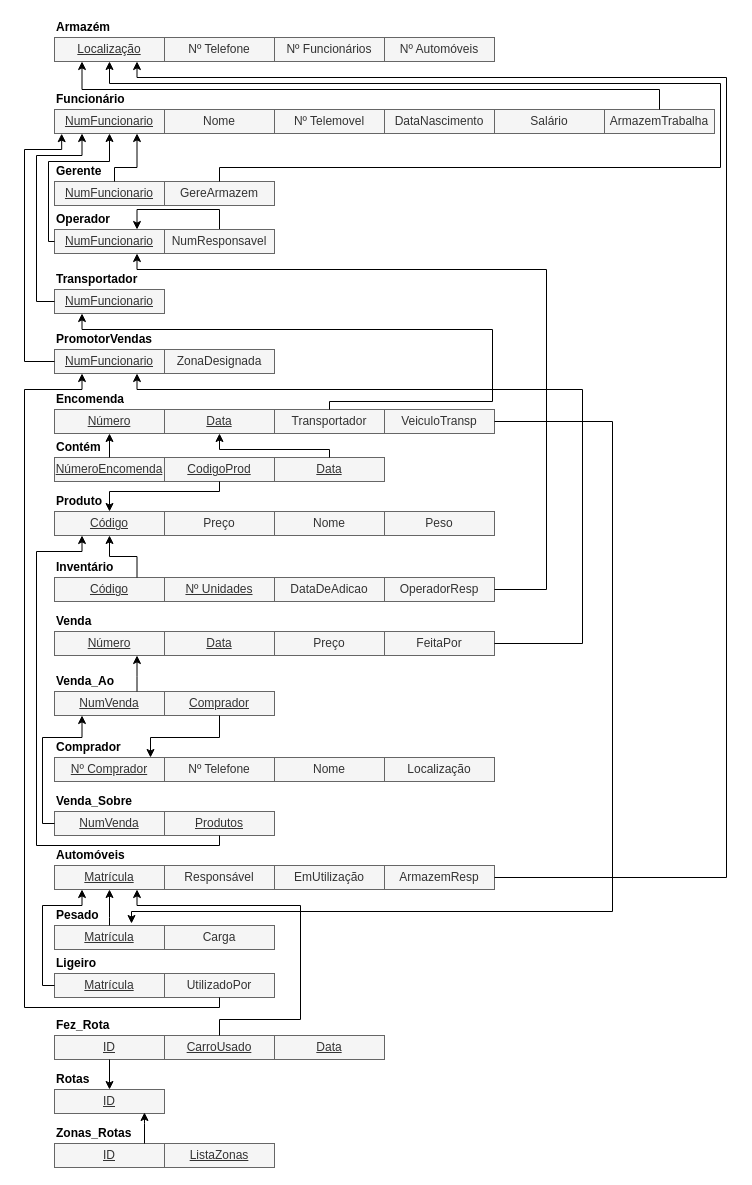
The draw.io diagram DER and REL/relational.drawio in dot-1q/bd-bebidis, before the edit. Source tidied: cells renumbered, new cells numbered last; positions are measured from the earlier drawing's top-left corner, leaving out a move shared by most shapes. Both pictures are drawn from the tidied source at 100%, with x=0, y=0 at pixel (24, 17).
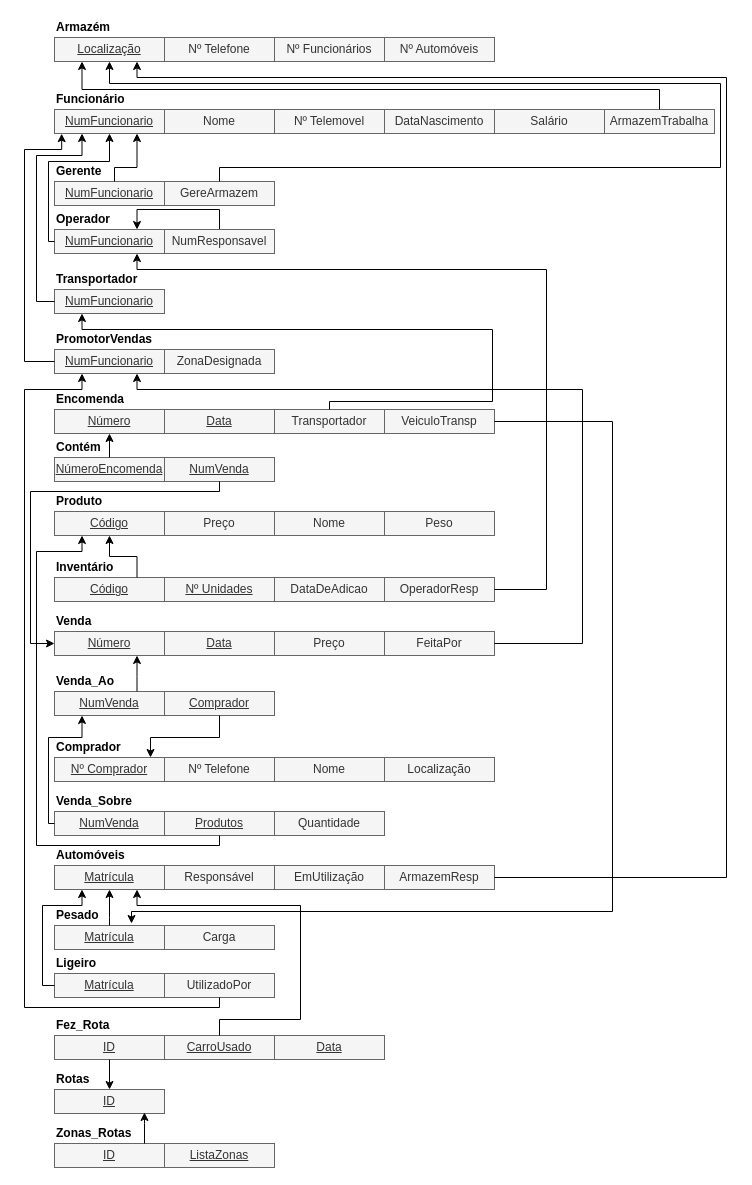
After the change.

Commit message (it also covers changes not shown here):
improved schema, insertions updated

Unchanged cells that the change refers to:
```xml
<mxCell id="9" value="Número" style="rounded=0;whiteSpace=wrap;html=1;fillColor=#f5f5f5;strokeColor=#666666;fontColor=#333333;fontStyle=4;" parent="8" vertex="1">
  <mxGeometry y="20" width="110" height="24" as="geometry" />
</mxCell>
<mxCell id="21" value="Código" style="rounded=0;whiteSpace=wrap;html=1;fillColor=#f5f5f5;strokeColor=#666666;fontColor=#333333;fontStyle=4;" parent="20" vertex="1">
  <mxGeometry y="20" width="110" height="24" as="geometry" />
</mxCell>
<mxCell id="35" value="&lt;u&gt;Data&lt;/u&gt;" style="rounded=0;whiteSpace=wrap;html=1;fillColor=#f5f5f5;strokeColor=#666666;fontColor=#333333;" parent="33" vertex="1">
  <mxGeometry x="110" y="22" width="110" height="24" as="geometry" />
</mxCell>
<mxCell id="96" style="group;" parent="1" vertex="1">
  <mxGeometry x="30" y="420" width="440" height="44" as="geometry" />
</mxCell>
<mxCell id="107" value="NumVenda" style="rounded=0;whiteSpace=wrap;html=1;fillColor=#f5f5f5;strokeColor=#666666;fontColor=#333333;fontStyle=4;" parent="106" vertex="1">
  <mxGeometry y="20" width="110" height="24" as="geometry" />
</mxCell>
<mxCell id="111" style="group;" parent="1" vertex="1">
  <mxGeometry x="30" y="774" width="440" height="44" as="geometry" />
</mxCell>
<mxCell id="112" value="NumVenda" style="rounded=0;whiteSpace=wrap;html=1;fillColor=#f5f5f5;strokeColor=#666666;fontColor=#333333;fontStyle=4;" parent="111" vertex="1">
  <mxGeometry y="20" width="110" height="24" as="geometry" />
</mxCell>
<mxCell id="113" value="Produtos" style="rounded=0;whiteSpace=wrap;html=1;fillColor=#f5f5f5;strokeColor=#666666;fontColor=#333333;fontStyle=4;" parent="111" vertex="1">
  <mxGeometry x="110" y="20" width="110" height="24" as="geometry" />
</mxCell>
```

The edit, as a diff of the source:
```diff
@@
-    <mxCell id="98" value="CodigoProd" style="rounded=0;whiteSpace=wrap;html=1;fillColor=#f5f5f5;strokeColor=#666666;fontColor=#333333;fontStyle=4;" parent="96" vertex="1">
+    <mxCell id="98" value="NumVenda" style="rounded=0;whiteSpace=wrap;html=1;fillColor=#f5f5f5;strokeColor=#666666;fontColor=#333333;fontStyle=4;" parent="96" vertex="1">
       <mxGeometry x="110" y="20" width="110" height="24" as="geometry" />
     </mxCell>
@@
-    <mxCell id="100" value="&lt;u&gt;Data&lt;/u&gt;" style="rounded=0;whiteSpace=wrap;html=1;fillColor=#f5f5f5;strokeColor=#666666;fontColor=#333333;" parent="96" vertex="1">
-      <mxGeometry x="220" y="20" width="110" height="24" as="geometry" />
-    </mxCell>
@@
-    <mxCell id="102" style="edgeStyle=orthogonalEdgeStyle;rounded=0;jettySize=auto;html=1;entryX=0.5;entryY=0;entryDx=0;entryDy=0;" parent="1" edge="1" source="98" target="21">
+    <mxCell id="102" style="edgeStyle=orthogonalEdgeStyle;rounded=0;jettySize=auto;html=1;entryX=0;entryY=0.5;entryDx=0;entryDy=0;" parent="1" edge="1" source="98" target="9">
       <mxGeometry relative="1" as="geometry">
         <Array as="points">
           <mxPoint x="195" y="474" />
-          <mxPoint x="85" y="474" />
+          <mxPoint x="6" y="474" />
+          <mxPoint x="6" y="626" />
         </Array>
       </mxGeometry>
     </mxCell>
@@
+    <mxCell id="129" value="Quantidade" style="rounded=0;whiteSpace=wrap;html=1;fillColor=#f5f5f5;strokeColor=#666666;fontColor=#333333;fontStyle=0;" parent="111" vertex="1">
+      <mxGeometry x="220" y="20" width="110" height="24" as="geometry" />
+    </mxCell>
     <mxCell id="115" style="edgeStyle=orthogonalEdgeStyle;rounded=0;jettySize=auto;html=1;entryX=0.25;entryY=1;entryDx=0;entryDy=0;" parent="1" edge="1" source="112" target="107">
       <mxGeometry relative="1" as="geometry">
         <Array as="points">
-          <mxPoint x="18" y="806" />
-          <mxPoint x="18" y="720" />
-          <mxPoint x="57" y="720" />
+          <mxPoint x="24" y="806" />
+          <mxPoint x="24" y="720" />
+          <mxPoint x="58" y="720" />
         </Array>
       </mxGeometry>
     </mxCell>
     <mxCell id="116" style="edgeStyle=orthogonalEdgeStyle;rounded=0;jettySize=auto;html=1;entryX=0.25;entryY=1;entryDx=0;entryDy=0;" parent="1" edge="1" source="113" target="21">
       <mxGeometry relative="1" as="geometry">
         <Array as="points">
           <mxPoint x="195" y="828" />
           <mxPoint x="12" y="828" />
           <mxPoint x="12" y="534" />
-          <mxPoint x="57" y="534" />
+          <mxPoint x="58" y="534" />
         </Array>
       </mxGeometry>
     </mxCell>
@@
-    <mxCell id="128" style="edgeStyle=orthogonalEdgeStyle;rounded=0;jettySize=auto;html=1;entryX=0.5;entryY=1;entryDx=0;entryDy=0;" parent="1" edge="1" source="100" target="35">
-      <mxGeometry relative="1" as="geometry">
-        <Array as="points">
-          <mxPoint x="305" y="432" />
-          <mxPoint x="195" y="432" />
-        </Array>
-      </mxGeometry>
-    </mxCell>
```
